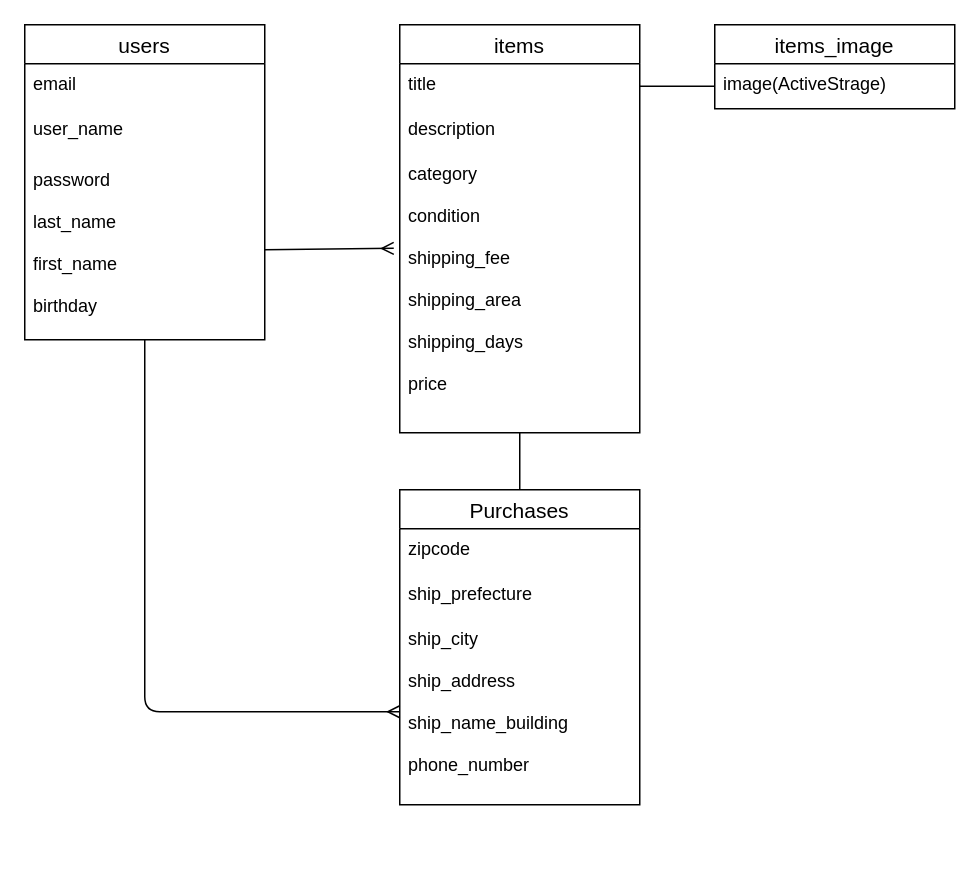
okaflocka/furima-38409 keeps this draw.io diagram as furima.dio. Above is the earlier version. Source tidied: cells renumbered, new cells numbered last; positions are measured from the earlier drawing's top-left corner, leaving out a move shared by most shapes. Both pictures are drawn from the tidied source at 150%, with x=0, y=0 at pixel (24, 24).
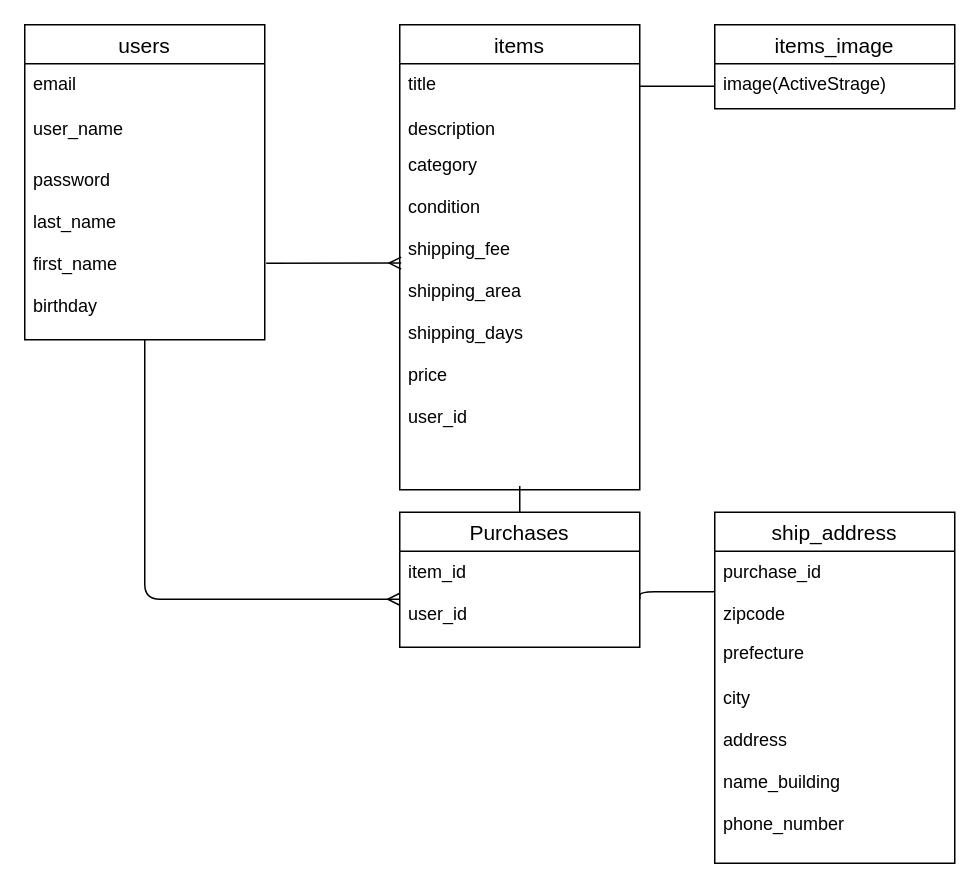
After the change.

Commit message (it also covers changes not shown here):
ER図・README修正

Unchanged cells that the change refers to:
```xml
<mxCell id="5" value="password&#10;&#10;last_name&#10;&#10;first_name&#10;&#10;birthday" style="text;strokeColor=none;fillColor=none;spacingLeft=4;spacingRight=4;overflow=hidden;points=[[0,0.5],[1,0.5]];portConstraint=eastwest;fontSize=12;verticalAlign=top;" parent="2" vertex="1">
  <mxGeometry y="90" width="160" height="120" as="geometry" />
</mxCell>
```

Change to the diagram source:
```diff
@@
     <mxCell id="6" value="items" style="swimlane;fontStyle=0;horizontal=1;startSize=26;align=center;fontSize=14;" parent="1" vertex="1">
-      <mxGeometry x="250" width="160" height="272" as="geometry" />
+      <mxGeometry x="250" width="160" height="310" as="geometry" />
     </mxCell>
@@
     <mxCell id="8" value="description" style="text;strokeColor=none;fillColor=none;spacingLeft=4;spacingRight=4;overflow=hidden;fontSize=12;" parent="6" vertex="1">
-      <mxGeometry y="56" width="160" height="30" as="geometry" />
+      <mxGeometry y="56" width="160" height="24" as="geometry" />
     </mxCell>
-    <mxCell id="9" value="category&#10;&#10;condition&#10;&#10;shipping_fee&#10;&#10;shipping_area&#10;&#10;shipping_days&#10;&#10;price" style="text;strokeColor=none;fillColor=none;spacingLeft=4;spacingRight=4;overflow=hidden;points=[[0,0.5],[1,0.5]];portConstraint=eastwest;fontSize=12;" parent="6" vertex="1">
-      <mxGeometry y="86" width="160" height="186" as="geometry" />
+    <mxCell id="9" value="category&#10;&#10;condition&#10;&#10;shipping_fee&#10;&#10;shipping_area&#10;&#10;shipping_days&#10;&#10;price&#10;&#10;user_id" style="text;strokeColor=none;fillColor=none;spacingLeft=4;spacingRight=4;overflow=hidden;points=[[0,0.5],[1,0.5]];portConstraint=eastwest;fontSize=12;" parent="6" vertex="1">
+      <mxGeometry y="80" width="160" height="230" as="geometry" />
     </mxCell>
-    <mxCell id="10" value="Purchases" style="swimlane;fontStyle=0;horizontal=1;startSize=26;align=center;fontSize=14;" parent="1" vertex="1">
-      <mxGeometry x="250" y="310" width="160" height="210" as="geometry" />
+    <mxCell id="10" value="ship_address" style="swimlane;fontStyle=0;horizontal=1;startSize=26;align=center;fontSize=14;" parent="1" vertex="1">
+      <mxGeometry x="460" y="325" width="160" height="234" as="geometry" />
     </mxCell>
-    <mxCell id="11" value="zipcode" style="text;strokeColor=none;fillColor=none;spacingLeft=4;spacingRight=4;overflow=hidden;points=[[0,0.5],[1,0.5]];portConstraint=eastwest;fontSize=12;" parent="10" vertex="1">
-      <mxGeometry y="26" width="160" height="30" as="geometry" />
+    <mxCell id="11" value="purchase_id&#10;&#10;zipcode" style="text;strokeColor=none;fillColor=none;spacingLeft=4;spacingRight=4;overflow=hidden;points=[[0,0.5],[1,0.5]];portConstraint=eastwest;fontSize=12;" parent="10" vertex="1">
+      <mxGeometry y="26" width="160" height="54" as="geometry" />
     </mxCell>
-    <mxCell id="12" value="ship_prefecture" style="text;strokeColor=none;fillColor=none;spacingLeft=4;spacingRight=4;overflow=hidden;fontSize=12;" parent="10" vertex="1">
-      <mxGeometry y="56" width="160" height="30" as="geometry" />
+    <mxCell id="12" value="prefecture" style="text;strokeColor=none;fillColor=none;spacingLeft=4;spacingRight=4;overflow=hidden;fontSize=12;" parent="10" vertex="1">
+      <mxGeometry y="80" width="160" height="30" as="geometry" />
     </mxCell>
-    <mxCell id="13" value="ship_city&#10;&#10;ship_address&#10;&#10;ship_name_building&#10;&#10;phone_number" style="text;strokeColor=none;fillColor=none;spacingLeft=4;spacingRight=4;overflow=hidden;points=[[0,0.5],[1,0.5]];portConstraint=eastwest;fontSize=12;" parent="10" vertex="1">
-      <mxGeometry y="86" width="160" height="124" as="geometry" />
+    <mxCell id="13" value="city&#10;&#10;address&#10;&#10;name_building&#10;&#10;phone_number" style="text;strokeColor=none;fillColor=none;spacingLeft=4;spacingRight=4;overflow=hidden;points=[[0,0.5],[1,0.5]];portConstraint=eastwest;fontSize=12;" parent="10" vertex="1">
+      <mxGeometry y="110" width="160" height="124" as="geometry" />
     </mxCell>
-    <mxCell id="14" style="edgeStyle=none;html=1;exitX=1;exitY=0.5;exitDx=0;exitDy=0;entryX=-0.025;entryY=0.339;entryDx=0;entryDy=0;entryPerimeter=0;endArrow=ERmany;endFill=0;" parent="1" edge="1" source="5" target="9">
-      <mxGeometry relative="1" as="geometry" />
-    </mxCell>
-    <mxCell id="15" style="edgeStyle=none;html=1;endArrow=none;endFill=0;" parent="1" edge="1" source="9" target="10">
-      <mxGeometry relative="1" as="geometry" />
-    </mxCell>
-    <mxCell id="16" style="edgeStyle=none;html=1;entryX=0;entryY=0.5;entryDx=0;entryDy=0;endArrow=ERmany;endFill=0;" parent="1" edge="1" source="5" target="13">
-      <mxGeometry relative="1" as="geometry">
-        <Array as="points">
-          <mxPoint x="80" y="380" />
-          <mxPoint x="80" y="458" />
-          <mxPoint x="160" y="458" />
-        </Array>
-      </mxGeometry>
-    </mxCell>
@@
+    <mxCell id="20" style="edgeStyle=none;html=1;exitX=0.5;exitY=0;exitDx=0;exitDy=0;entryX=0.5;entryY=0.989;entryDx=0;entryDy=0;entryPerimeter=0;endArrow=none;endFill=0;" parent="1" edge="1" source="21" target="9">
+      <mxGeometry relative="1" as="geometry" />
+    </mxCell>
+    <mxCell id="21" value="Purchases" style="swimlane;fontStyle=0;horizontal=1;startSize=26;align=center;fontSize=14;" parent="1" vertex="1">
+      <mxGeometry x="250" y="325" width="160" height="90" as="geometry" />
+    </mxCell>
+    <mxCell id="22" value="item_id&#10;&#10;user_id" style="text;strokeColor=none;fillColor=none;spacingLeft=4;spacingRight=4;overflow=hidden;points=[[0,0.5],[1,0.5]];portConstraint=eastwest;fontSize=12;" parent="21" vertex="1">
+      <mxGeometry y="26" width="160" height="64" as="geometry" />
+    </mxCell>
+    <mxCell id="23" style="edgeStyle=none;html=1;entryX=0;entryY=0.5;entryDx=0;entryDy=0;endArrow=ERmany;endFill=0;" parent="1" edge="1" source="5" target="22">
+      <mxGeometry relative="1" as="geometry">
+        <Array as="points">
+          <mxPoint x="80" y="383" />
+        </Array>
+      </mxGeometry>
+    </mxCell>
+    <mxCell id="24" style="edgeStyle=none;html=1;exitX=1;exitY=0.5;exitDx=0;exitDy=0;entryX=0;entryY=0.5;entryDx=0;entryDy=0;endArrow=none;endFill=0;" parent="1" edge="1" source="22" target="11">
+      <mxGeometry relative="1" as="geometry">
+        <Array as="points">
+          <mxPoint x="410" y="378" />
+        </Array>
+      </mxGeometry>
+    </mxCell>
+    <mxCell id="14" style="edgeStyle=none;html=1;entryX=0.006;entryY=0.343;entryDx=0;entryDy=0;entryPerimeter=0;endArrow=ERmany;endFill=0;exitX=1.006;exitY=0.575;exitDx=0;exitDy=0;exitPerimeter=0;" parent="1" edge="1" source="5" target="9">
+      <mxGeometry relative="1" as="geometry" />
+    </mxCell>
```
